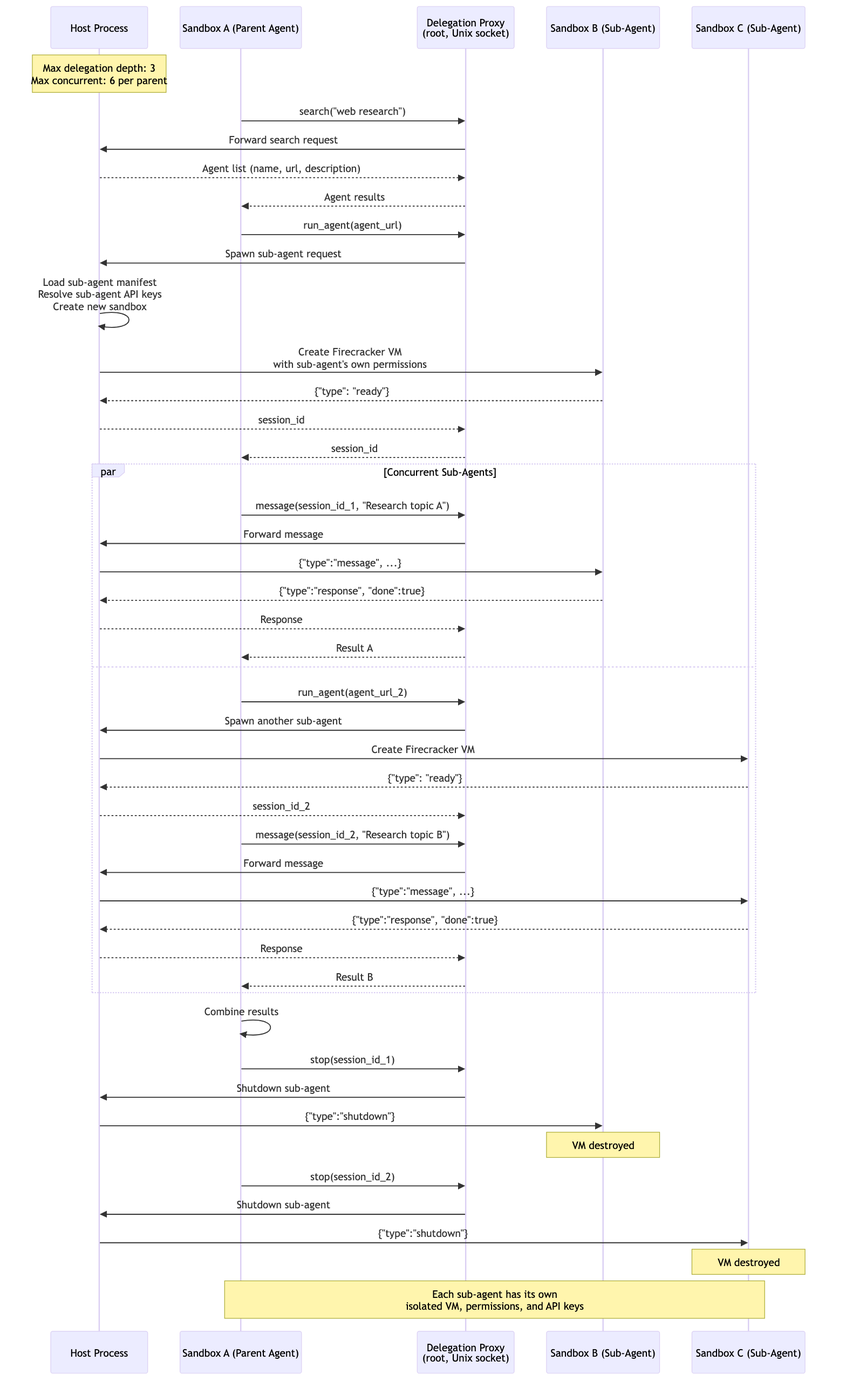
Earlier version of the Mermaid export docs/diagrams/delegation-flow.png (andybrowning5/primordial-agentstore). Its source is kept beside it as docs/diagrams/delegation-flow.mmd. The source it was exported from:
```mermaid
sequenceDiagram
    participant Host as Host Process
    participant SandboxA as Sandbox A (Parent Agent)
    participant DelegateProxy as Delegation Proxy<br/>(root, Unix socket)
    participant SandboxB as Sandbox B (Sub-Agent)
    participant SandboxC as Sandbox C (Sub-Agent)

    Note over Host: Max delegation depth: 3<br/>Max concurrent: 6 per parent

    SandboxA->>DelegateProxy: search("web research")
    DelegateProxy->>Host: Forward search request
    Host-->>DelegateProxy: Agent list (name, url, description)
    DelegateProxy-->>SandboxA: Agent results

    SandboxA->>DelegateProxy: run_agent(agent_url)
    DelegateProxy->>Host: Spawn sub-agent request
    Host->>Host: Load sub-agent manifest<br/>Resolve sub-agent API keys<br/>Create new sandbox
    Host->>SandboxB: Create Firecracker VM<br/>with sub-agent's own permissions
    SandboxB-->>Host: {"type": "ready"}
    Host-->>DelegateProxy: session_id
    DelegateProxy-->>SandboxA: session_id

    par Concurrent Sub-Agents
        SandboxA->>DelegateProxy: message(session_id_1, "Research topic A")
        DelegateProxy->>Host: Forward message
        Host->>SandboxB: {"type":"message", ...}
        SandboxB-->>Host: {"type":"response", "done":true}
        Host-->>DelegateProxy: Response
        DelegateProxy-->>SandboxA: Result A
    and
        SandboxA->>DelegateProxy: run_agent(agent_url_2)
        DelegateProxy->>Host: Spawn another sub-agent
        Host->>SandboxC: Create Firecracker VM
        SandboxC-->>Host: {"type": "ready"}
        Host-->>DelegateProxy: session_id_2
        SandboxA->>DelegateProxy: message(session_id_2, "Research topic B")
        DelegateProxy->>Host: Forward message
        Host->>SandboxC: {"type":"message", ...}
        SandboxC-->>Host: {"type":"response", "done":true}
        Host-->>DelegateProxy: Response
        DelegateProxy-->>SandboxA: Result B
    end

    SandboxA->>SandboxA: Combine results

    SandboxA->>DelegateProxy: stop(session_id_1)
    DelegateProxy->>Host: Shutdown sub-agent
    Host->>SandboxB: {"type":"shutdown"}
    Note over SandboxB: VM destroyed

    SandboxA->>DelegateProxy: stop(session_id_2)
    DelegateProxy->>Host: Shutdown sub-agent
    Host->>SandboxC: {"type":"shutdown"}
    Note over SandboxC: VM destroyed

    Note over SandboxA,SandboxC: Each sub-agent has its own<br/>isolated VM, permissions, and API keys
```
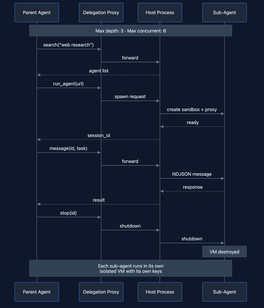
The same file after the commit.

What changed in the source:
```diff
@@ -1,56 +1,30 @@
 sequenceDiagram
+    participant Parent as Parent Agent
+    participant Proxy as Delegation Proxy
     participant Host as Host Process
-    participant SandboxA as Sandbox A (Parent Agent)
-    participant DelegateProxy as Delegation Proxy<br/>(root, Unix socket)
-    participant SandboxB as Sandbox B (Sub-Agent)
-    participant SandboxC as Sandbox C (Sub-Agent)
+    participant Sub as Sub-Agent
 
-    Note over Host: Max delegation depth: 3<br/>Max concurrent: 6 per parent
+    Note over Parent,Sub: Max depth: 3 · Max concurrent: 6
 
-    SandboxA->>DelegateProxy: search("web research")
-    DelegateProxy->>Host: Forward search request
-    Host-->>DelegateProxy: Agent list (name, url, description)
-    DelegateProxy-->>SandboxA: Agent results
+    Parent->>Proxy: search("web research")
+    Proxy->>Host: forward
+    Host-->>Parent: agent list
 
-    SandboxA->>DelegateProxy: run_agent(agent_url)
-    DelegateProxy->>Host: Spawn sub-agent request
-    Host->>Host: Load sub-agent manifest<br/>Resolve sub-agent API keys<br/>Create new sandbox
-    Host->>SandboxB: Create Firecracker VM<br/>with sub-agent's own permissions
-    SandboxB-->>Host: {"type": "ready"}
-    Host-->>DelegateProxy: session_id
-    DelegateProxy-->>SandboxA: session_id
+    Parent->>Proxy: run_agent(url)
+    Proxy->>Host: spawn request
+    Host->>Sub: create sandbox + proxy
+    Sub-->>Host: ready
+    Host-->>Parent: session_id
 
-    par Concurrent Sub-Agents
-        SandboxA->>DelegateProxy: message(session_id_1, "Research topic A")
-        DelegateProxy->>Host: Forward message
-        Host->>SandboxB: {"type":"message", ...}
-        SandboxB-->>Host: {"type":"response", "done":true}
-        Host-->>DelegateProxy: Response
-        DelegateProxy-->>SandboxA: Result A
-    and
-        SandboxA->>DelegateProxy: run_agent(agent_url_2)
-        DelegateProxy->>Host: Spawn another sub-agent
-        Host->>SandboxC: Create Firecracker VM
-        SandboxC-->>Host: {"type": "ready"}
-        Host-->>DelegateProxy: session_id_2
-        SandboxA->>DelegateProxy: message(session_id_2, "Research topic B")
-        DelegateProxy->>Host: Forward message
-        Host->>SandboxC: {"type":"message", ...}
-        SandboxC-->>Host: {"type":"response", "done":true}
-        Host-->>DelegateProxy: Response
-        DelegateProxy-->>SandboxA: Result B
-    end
+    Parent->>Proxy: message(id, task)
+    Proxy->>Host: forward
+    Host->>Sub: NDJSON message
+    Sub-->>Host: response
+    Host-->>Parent: result
 
-    SandboxA->>SandboxA: Combine results
+    Parent->>Proxy: stop(id)
+    Proxy->>Host: shutdown
+    Host->>Sub: shutdown
+    Note over Sub: VM destroyed
 
-    SandboxA->>DelegateProxy: stop(session_id_1)
-    DelegateProxy->>Host: Shutdown sub-agent
-    Host->>SandboxB: {"type":"shutdown"}
-    Note over SandboxB: VM destroyed
-
-    SandboxA->>DelegateProxy: stop(session_id_2)
-    DelegateProxy->>Host: Shutdown sub-agent
-    Host->>SandboxC: {"type":"shutdown"}
-    Note over SandboxC: VM destroyed
-
-    Note over SandboxA,SandboxC: Each sub-agent has its own<br/>isolated VM, permissions, and API keys
+    Note over Parent,Sub: Each sub-agent runs in its own<br/>isolated VM with its own keys
```
